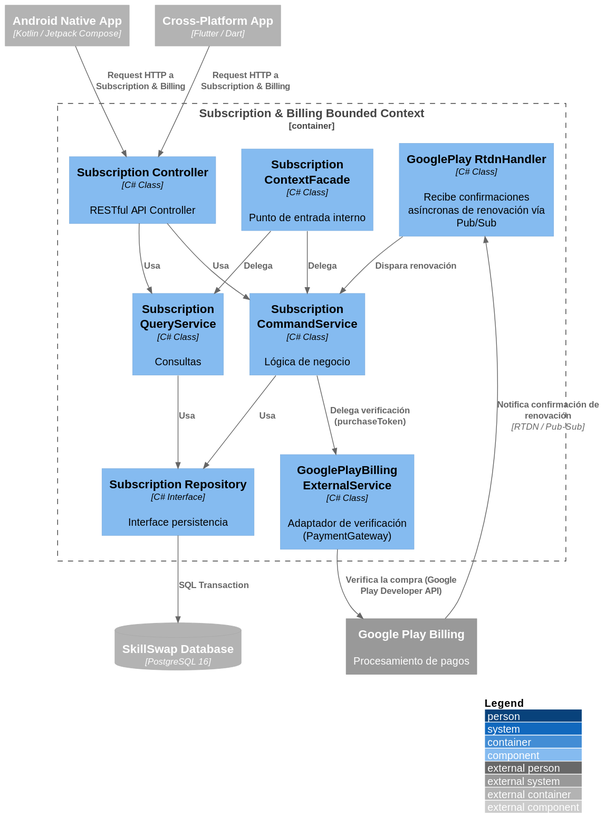
Earlier version of the PlantUML export images-doc/SubscriptionBillingComponent.svg (Aplicaciones-Dispositivos-Moviles/SkillSwap-ProjectReport).
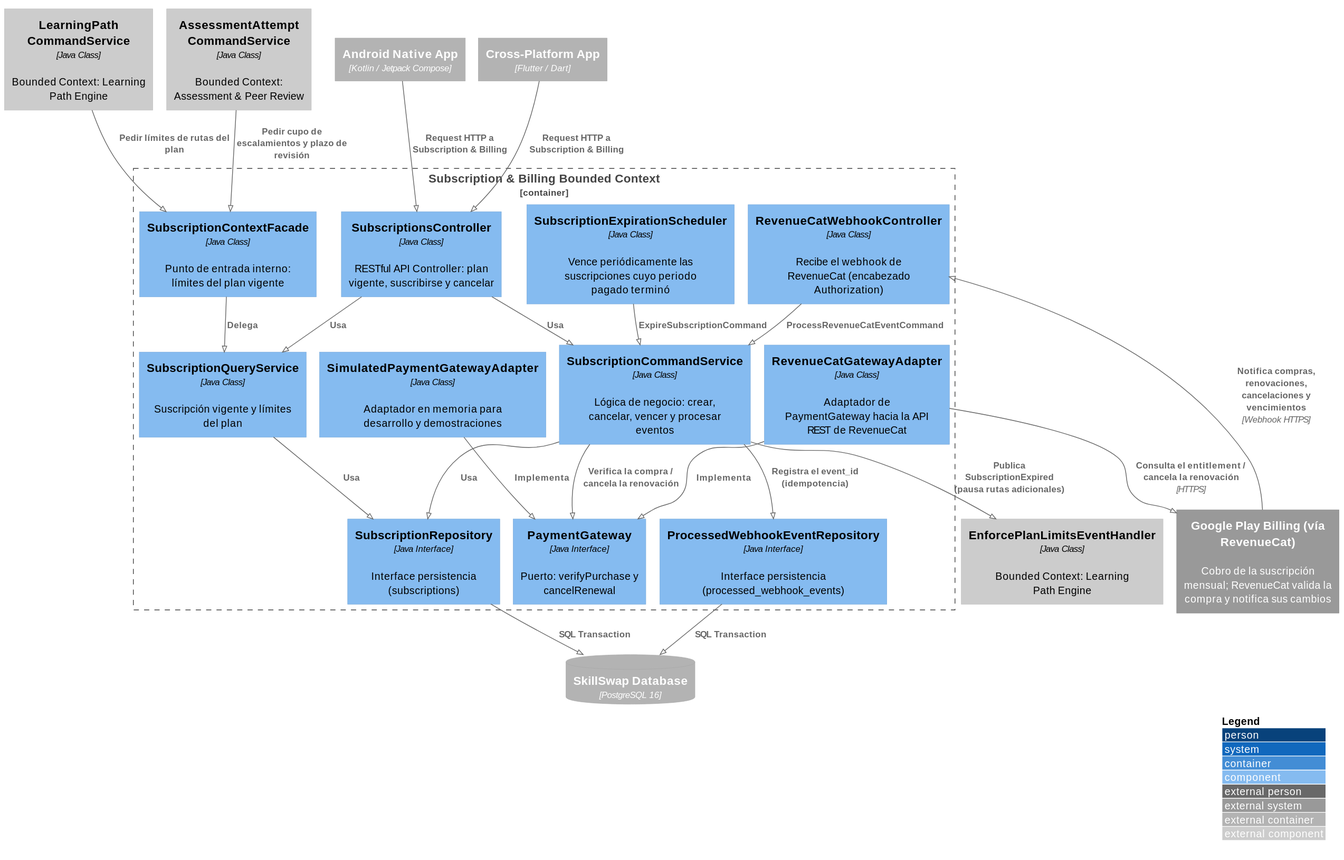
After the commit.

What changed in the source:
```diff
@@ -1,4 +1,5 @@
 @startuml
+!pragma layout smetana
 !include https://raw.githubusercontent.com/plantuml-stdlib/C4-PlantUML/master/C4_Component.puml
 
 LAYOUT_WITH_LEGEND()
@@ -6,34 +7,48 @@
 Container_Ext(androidApp, "Android Native App", "Kotlin / Jetpack Compose")
 Container_Ext(flutterApp, "Cross-Platform App", "Flutter / Dart")
 ContainerDb_Ext(mainDB, "SkillSwap Database", "PostgreSQL 16")
-System_Ext(googlePlayBilling, "Google Play Billing", "Procesamiento de pagos")
+System_Ext(revenueCat, "Google Play Billing (vía RevenueCat)", "Cobro de la suscripción mensual; RevenueCat valida la compra y notifica sus cambios")
 
 Container_Boundary(subscriptionBC, "Subscription & Billing Bounded Context") {
-    Component(subscriptionController, "Subscription Controller", "C# Class", "RESTful API Controller")
-    Component(subscriptionCommandService, "Subscription CommandService", "C# Class", "Lógica de negocio")
-    Component(subscriptionQueryService, "Subscription QueryService", "C# Class", "Consultas")
-    Component(subscriptionRepository, "Subscription Repository", "C# Interface", "Interface persistencia")
-    Component(googlePlayGatewayExternal, "GooglePlayBilling ExternalService", "C# Class", "Adaptador de verificación (PaymentGateway)")
-    Component(rtdnHandler, "GooglePlay RtdnHandler", "C# Class", "Recibe confirmaciones asíncronas de renovación vía Pub/Sub")
-    Component(subscriptionContextFacade, "Subscription ContextFacade", "C# Class", "Punto de entrada interno")
+    Component(subscriptionsController, "SubscriptionsController", "Java Class", "RESTful API Controller: plan vigente, suscribirse y cancelar")
+    Component(webhookController, "RevenueCatWebhookController", "Java Class", "Recibe el webhook de RevenueCat (encabezado Authorization)")
+    Component(subscriptionCommandService, "SubscriptionCommandService", "Java Class", "Lógica de negocio: crear, cancelar, vencer y procesar eventos")
+    Component(subscriptionQueryService, "SubscriptionQueryService", "Java Class", "Suscripción vigente y límites del plan")
+    Component(expirationScheduler, "SubscriptionExpirationScheduler", "Java Class", "Vence periódicamente las suscripciones cuyo periodo pagado terminó")
+    Component(paymentGateway, "PaymentGateway", "Java Interface", "Puerto: verifyPurchase y cancelRenewal")
+    Component(revenueCatAdapter, "RevenueCatGatewayAdapter", "Java Class", "Adaptador de PaymentGateway hacia la API REST de RevenueCat")
+    Component(simulatedAdapter, "SimulatedPaymentGatewayAdapter", "Java Class", "Adaptador en memoria para desarrollo y demostraciones")
+    Component(subscriptionRepository, "SubscriptionRepository", "Java Interface", "Interface persistencia (subscriptions)")
+    Component(webhookEventRepository, "ProcessedWebhookEventRepository", "Java Interface", "Interface persistencia (processed_webhook_events)")
+    Component(subscriptionContextFacade, "SubscriptionContextFacade", "Java Class", "Punto de entrada interno: límites del plan vigente")
 }
 
-Rel(androidApp, subscriptionController, "Request HTTP a Subscription & Billing")
-Rel(flutterApp, subscriptionController, "Request HTTP a Subscription & Billing")
+Component_Ext(learningPathCommandService, "LearningPath CommandService", "Java Class", "Bounded Context: Learning Path Engine")
+Component_Ext(enforcePlanLimitsHandler, "EnforcePlanLimitsEventHandler", "Java Class", "Bounded Context: Learning Path Engine")
+Component_Ext(assessmentCommandService, "AssessmentAttempt CommandService", "Java Class", "Bounded Context: Assessment & Peer Review")
 
-Rel(subscriptionController, subscriptionCommandService, "Usa")
-Rel(subscriptionController, subscriptionQueryService, "Usa")
+Rel(androidApp, subscriptionsController, "Request HTTP a Subscription & Billing")
+Rel(flutterApp, subscriptionsController, "Request HTTP a Subscription & Billing")
+Rel(revenueCat, webhookController, "Notifica compras, renovaciones, cancelaciones y vencimientos", "Webhook HTTPS")
+
+Rel(subscriptionsController, subscriptionCommandService, "Usa")
+Rel(subscriptionsController, subscriptionQueryService, "Usa")
+Rel(webhookController, subscriptionCommandService, "ProcessRevenueCatEventCommand")
+Rel(expirationScheduler, subscriptionCommandService, "ExpireSubscriptionCommand")
+
+Rel(subscriptionCommandService, paymentGateway, "Verifica la compra / cancela la renovación")
+Rel(revenueCatAdapter, paymentGateway, "Implementa")
+Rel(simulatedAdapter, paymentGateway, "Implementa")
+Rel(revenueCatAdapter, revenueCat, "Consulta el entitlement / cancela la renovación", "HTTPS")
 
 Rel(subscriptionCommandService, subscriptionRepository, "Usa")
+Rel(subscriptionCommandService, webhookEventRepository, "Registra el event_id (idempotencia)")
 Rel(subscriptionQueryService, subscriptionRepository, "Usa")
 Rel(subscriptionRepository, mainDB, "SQL Transaction")
+Rel(webhookEventRepository, mainDB, "SQL Transaction")
 
-Rel(subscriptionCommandService, googlePlayGatewayExternal, "Delega verificación (purchaseToken)")
-Rel(googlePlayGatewayExternal, googlePlayBilling, "Verifica la compra (Google Play Developer API)")
-
-Rel(googlePlayBilling, rtdnHandler, "Notifica confirmación de renovación", "RTDN / Pub-Sub")
-Rel(rtdnHandler, subscriptionCommandService, "Dispara renovación")
-
-Rel(subscriptionContextFacade, subscriptionCommandService, "Delega")
 Rel(subscriptionContextFacade, subscriptionQueryService, "Delega")
+Rel(learningPathCommandService, subscriptionContextFacade, "Pedir límites de rutas del plan")
+Rel(assessmentCommandService, subscriptionContextFacade, "Pedir cupo de escalamientos y plazo de revisión")
+Rel(subscriptionCommandService, enforcePlanLimitsHandler, "Publica SubscriptionExpired (pausa rutas adicionales)")
 @enduml
```
